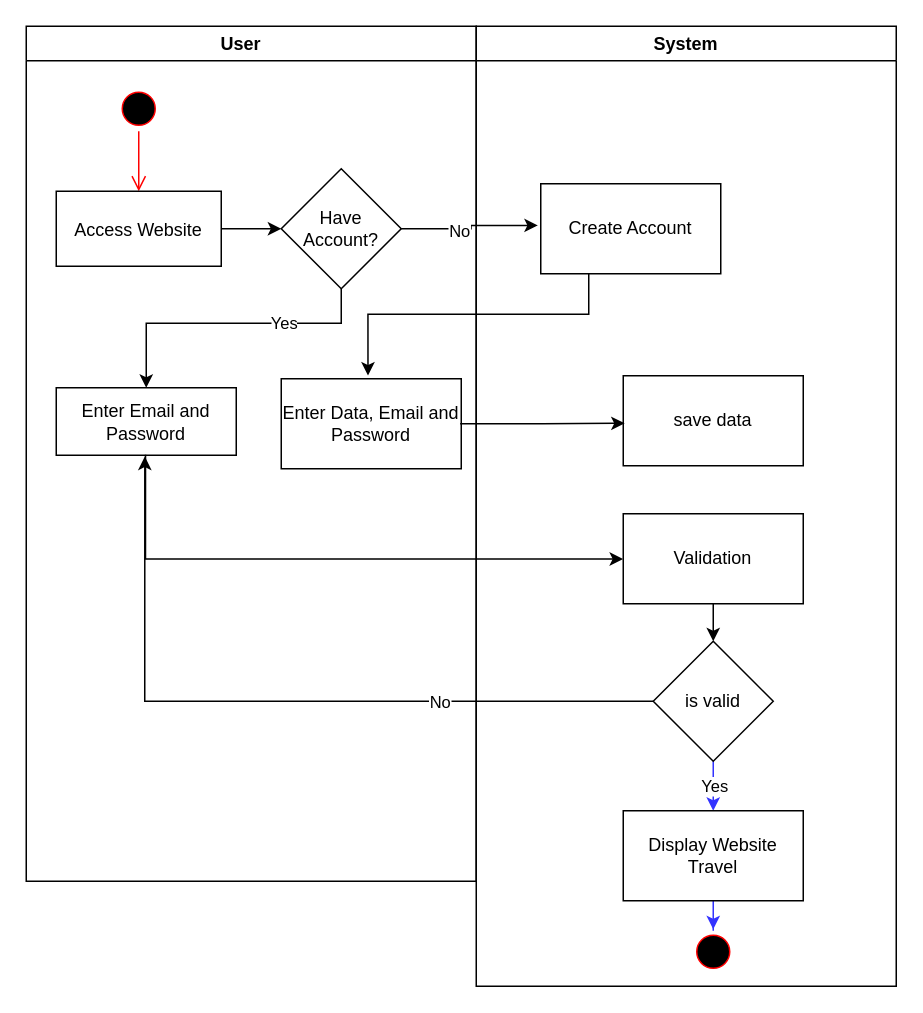
Earlier version of the draw.io diagram page "Login and Registration" (1 of 2) of Activity Diagram/Activity Diagram Travel.drawio (wahyupambudi/project-travel). Source tidied: cells renumbered, new cells numbered last; positions are measured from the earlier drawing's top-left corner, leaving out a move shared by most shapes. Both pictures are drawn from the tidied source at 150%, with x=0, y=0 at pixel (26, 26).
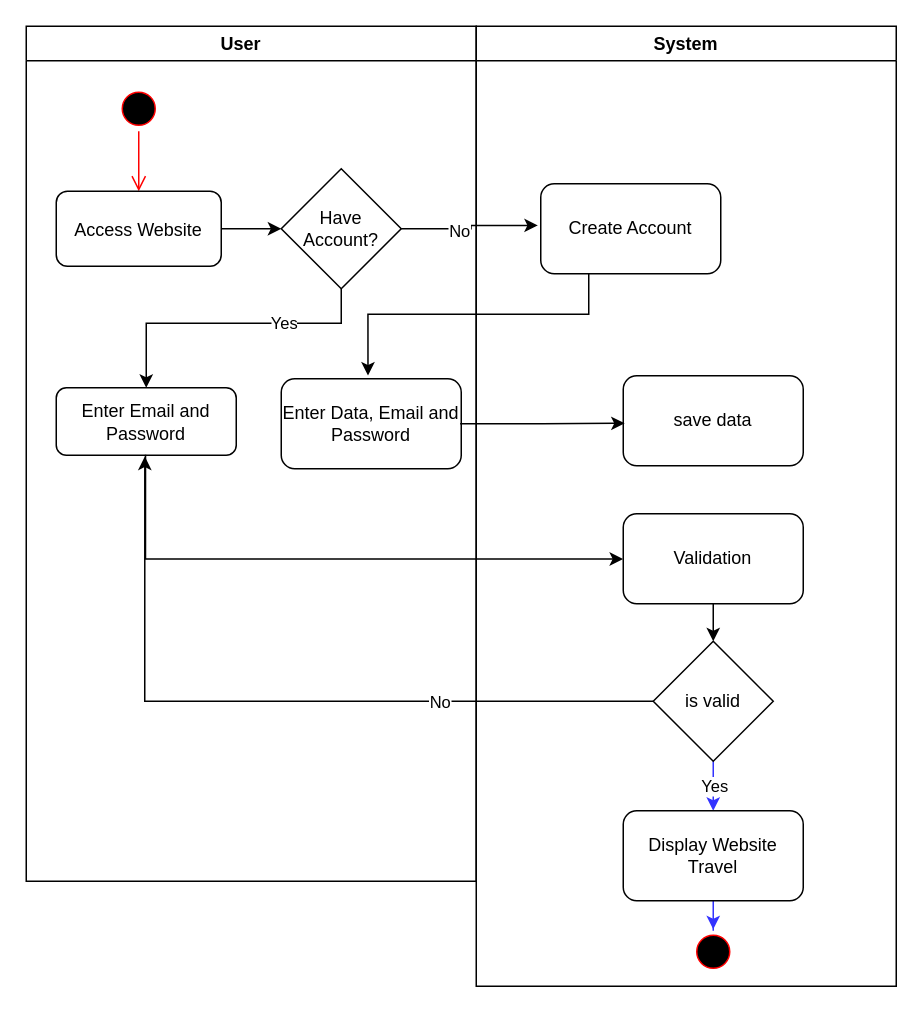
Above is the later version.

The change refers to these unchanged cells:
```xml
<mxCell id="2" value="User    " style="swimlane;whiteSpace=wrap;" parent="1" vertex="1">
  <mxGeometry width="300" height="570" as="geometry" />
</mxCell>
<mxCell id="13" value="System" style="swimlane;whiteSpace=wrap;" parent="1" vertex="1">
  <mxGeometry x="300" width="280" height="640" as="geometry" />
</mxCell>
```

What changed in the source:
```diff
@@
-    <mxCell id="6" value="Access Website" parent="2" vertex="1">
+    <mxCell id="6" value="Access Website" style="rounded=1;" parent="2" vertex="1">
       <mxGeometry x="20" y="110" width="110" height="50" as="geometry" />
     </mxCell>
@@
-    <mxCell id="10" value="Enter Email and Password" style="whiteSpace=wrap;html=1;fillColor=rgb(255, 255, 255);strokeColor=rgb(0, 0, 0);fontColor=rgb(0, 0, 0);" parent="2" vertex="1">
+    <mxCell id="10" value="Enter Email and Password" style="whiteSpace=wrap;html=1;fillColor=rgb(255, 255, 255);strokeColor=rgb(0, 0, 0);fontColor=rgb(0, 0, 0);rounded=1;" parent="2" vertex="1">
       <mxGeometry x="20" y="241" width="120" height="45" as="geometry" />
     </mxCell>
-    <mxCell id="11" value="Enter Data, Email and Password" style="whiteSpace=wrap;html=1;fillColor=rgb(255, 255, 255);strokeColor=rgb(0, 0, 0);fontColor=rgb(0, 0, 0);" parent="2" vertex="1">
+    <mxCell id="11" value="Enter Data, Email and Password" style="whiteSpace=wrap;html=1;fillColor=rgb(255, 255, 255);strokeColor=rgb(0, 0, 0);fontColor=rgb(0, 0, 0);rounded=1;" parent="2" vertex="1">
       <mxGeometry x="170" y="235" width="120" height="60" as="geometry" />
     </mxCell>
@@
-    <mxCell id="14" value="Create Account" style="whiteSpace=wrap;html=1;fillColor=rgb(255, 255, 255);strokeColor=rgb(0, 0, 0);fontColor=rgb(0, 0, 0);" parent="13" vertex="1">
+    <mxCell id="14" value="Create Account" style="whiteSpace=wrap;html=1;fillColor=rgb(255, 255, 255);strokeColor=rgb(0, 0, 0);fontColor=rgb(0, 0, 0);rounded=1;" parent="13" vertex="1">
       <mxGeometry x="43" y="105" width="120" height="60" as="geometry" />
     </mxCell>
-    <mxCell id="15" value="save data" style="whiteSpace=wrap;html=1;fillColor=rgb(255, 255, 255);strokeColor=rgb(0, 0, 0);fontColor=rgb(0, 0, 0);" parent="13" vertex="1">
+    <mxCell id="15" value="save data" style="whiteSpace=wrap;html=1;fillColor=rgb(255, 255, 255);strokeColor=rgb(0, 0, 0);fontColor=rgb(0, 0, 0);rounded=1;" parent="13" vertex="1">
       <mxGeometry x="98" y="233" width="120" height="60" as="geometry" />
     </mxCell>
@@
-    <mxCell id="17" value="Validation" style="whiteSpace=wrap;html=1;fillColor=rgb(255, 255, 255);strokeColor=rgb(0, 0, 0);fontColor=rgb(0, 0, 0);" parent="13" vertex="1">
+    <mxCell id="17" value="Validation" style="whiteSpace=wrap;html=1;fillColor=rgb(255, 255, 255);strokeColor=rgb(0, 0, 0);fontColor=rgb(0, 0, 0);rounded=1;" parent="13" vertex="1">
       <mxGeometry x="98" y="325" width="120" height="60" as="geometry" />
     </mxCell>
@@
-    <mxCell id="22" value="Display Website Travel" style="whiteSpace=wrap;html=1;fillColor=rgb(255, 255, 255);strokeColor=rgb(0, 0, 0);fontColor=rgb(0, 0, 0);" parent="13" vertex="1">
+    <mxCell id="22" value="Display Website Travel" style="whiteSpace=wrap;html=1;fillColor=rgb(255, 255, 255);strokeColor=rgb(0, 0, 0);fontColor=rgb(0, 0, 0);rounded=1;" parent="13" vertex="1">
       <mxGeometry x="98" y="523" width="120" height="60" as="geometry" />
     </mxCell>
```
